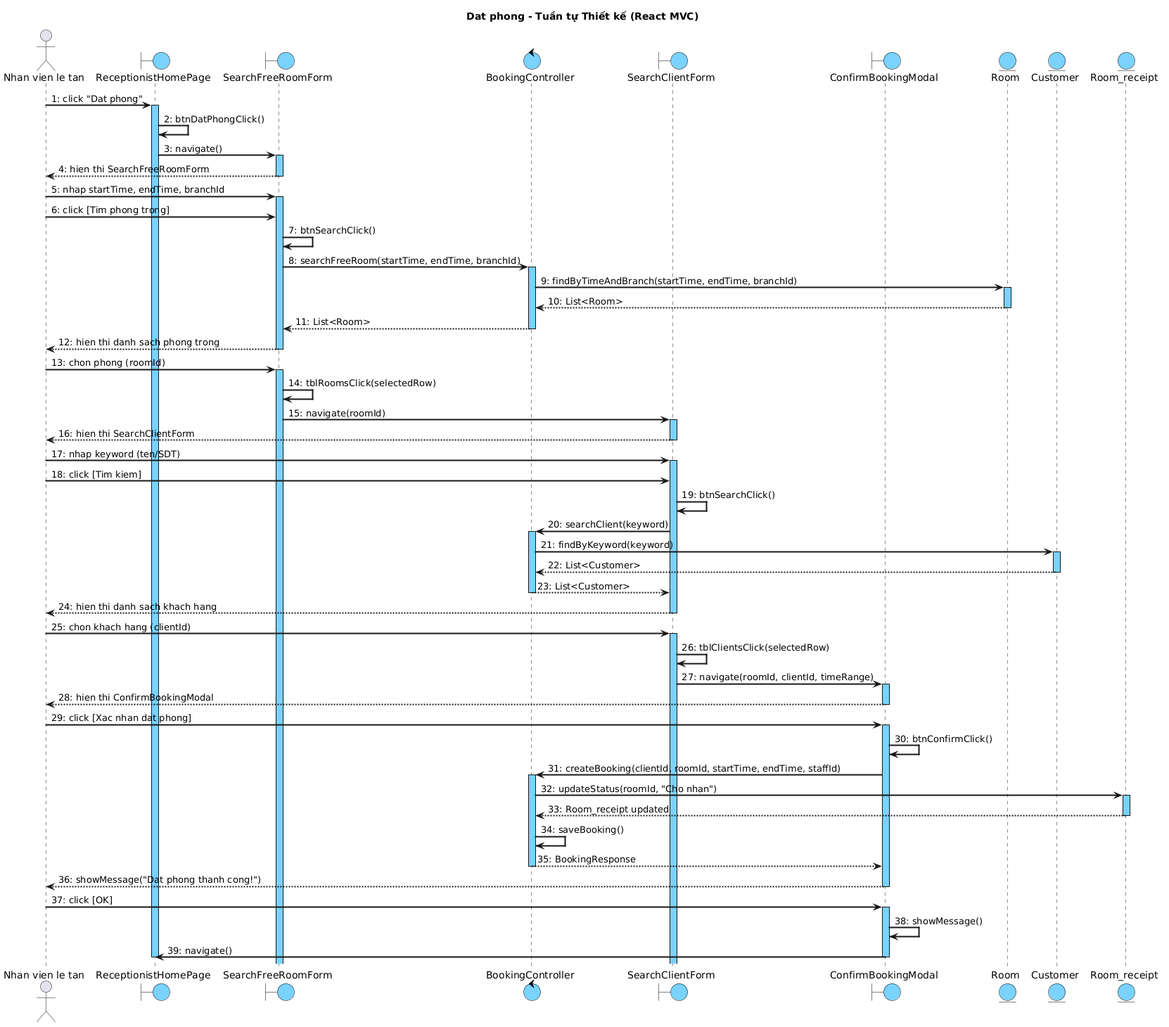
Before: output/diagrams/booking_seq_1.png, a diagram exported from PlantUML (thanhtrnnn/cnpm).
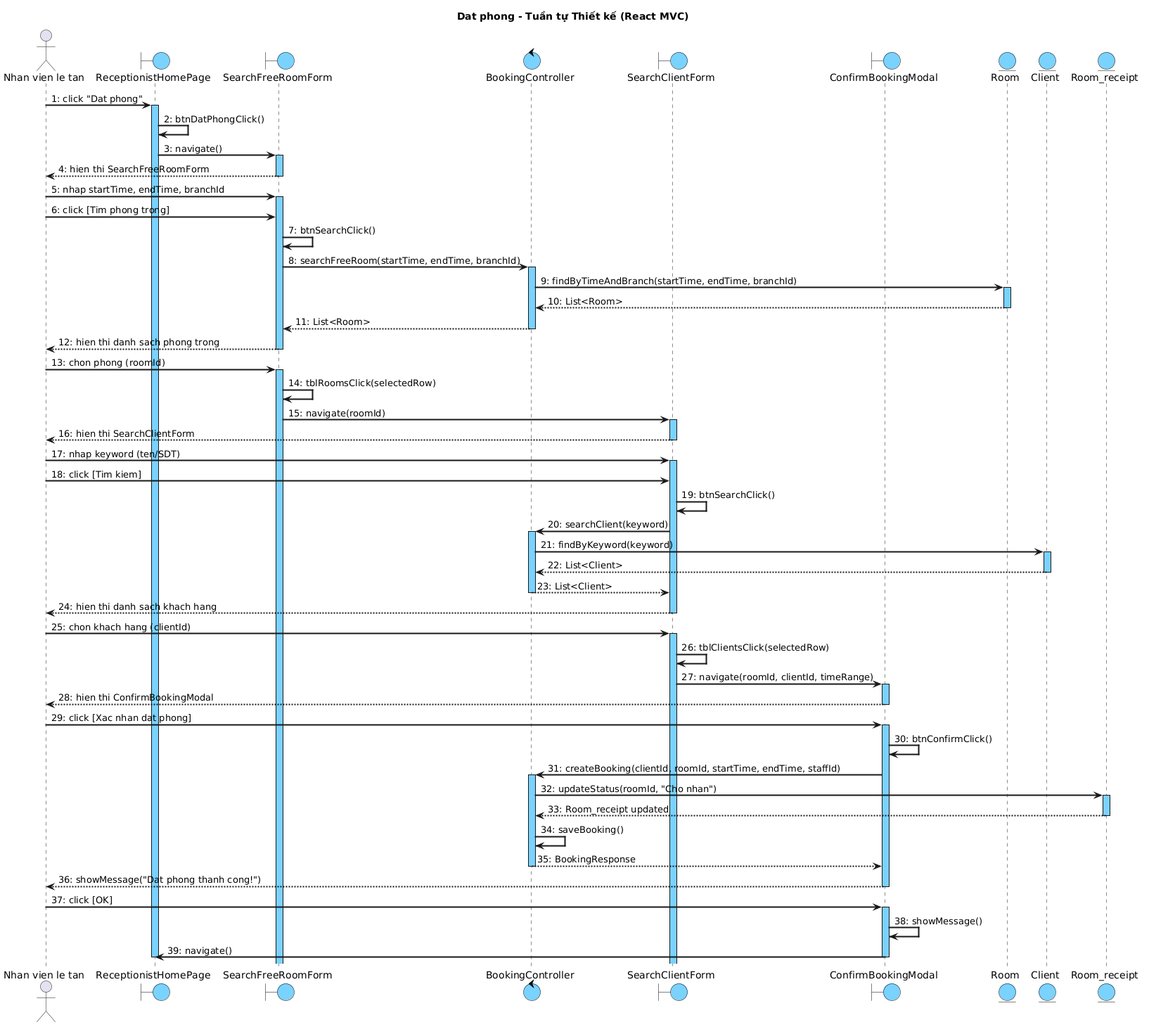
The same diagram one commit later.

What changed in the source:
```diff
@@ -21,7 +21,7 @@
 boundary "SearchClientForm" as SCF
 boundary "ConfirmBookingModal" as CBM
 entity "Room" as Room
-entity "Customer" as Cust
+entity "Client" as Cust
 entity "Room_receipt" as RR
 
 NV -> Home : 1: click "Dat phong"
@@ -63,9 +63,9 @@
 activate Ctrl
 Ctrl -> Cust : 21: findByKeyword(keyword)
 activate Cust
-Cust --> Ctrl : 22: List<Customer>
+Cust --> Ctrl : 22: List<Client>
 deactivate Cust
-Ctrl --> SCF : 23: List<Customer>
+Ctrl --> SCF : 23: List<Client>
 deactivate Ctrl
 SCF --> NV : 24: hien thi danh sach khach hang
 deactivate SCF
```
